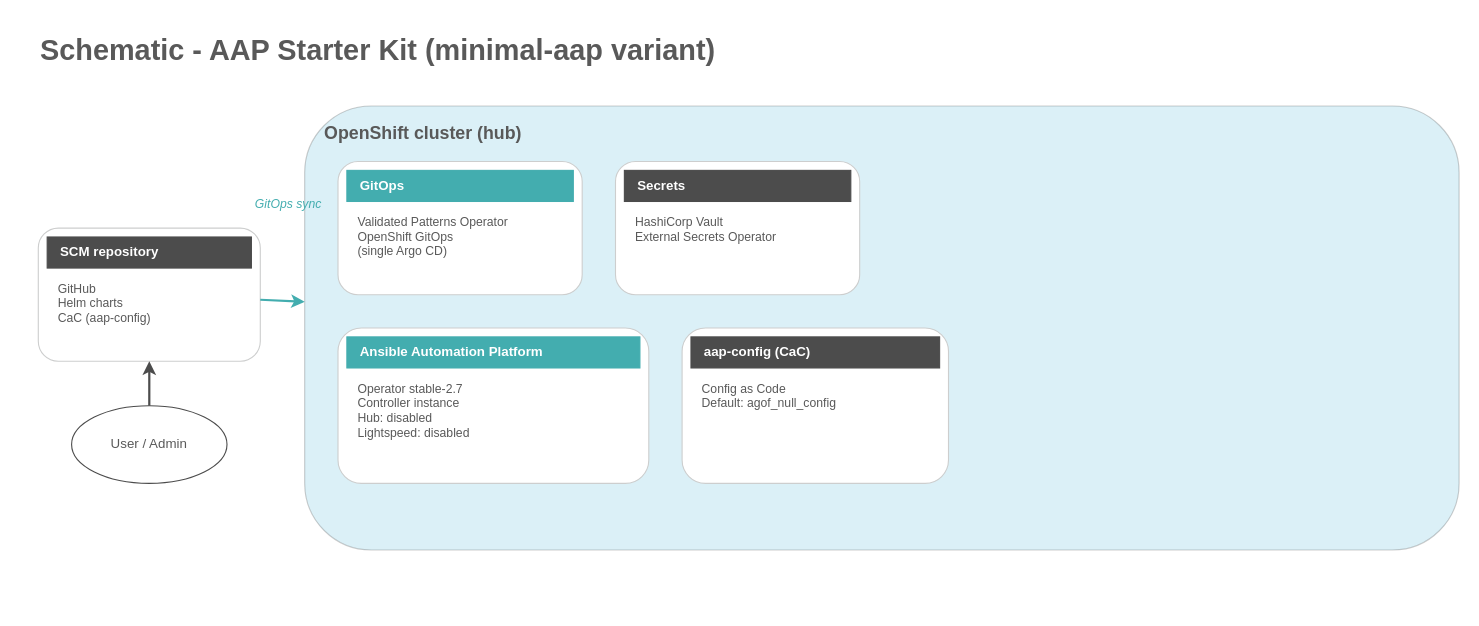
This is static/images/aap-starter-kit/aap-architecture-minimal-aap.drawio from validatedpatterns/docs, a draw.io file, before an edit. Source tidied: cells renumbered, new cells numbered last; positions are measured from the earlier drawing's top-left corner, leaving out a move shared by most shapes. Both pictures are drawn from the tidied source at 111%, with x=0, y=0 at pixel (38, 28).
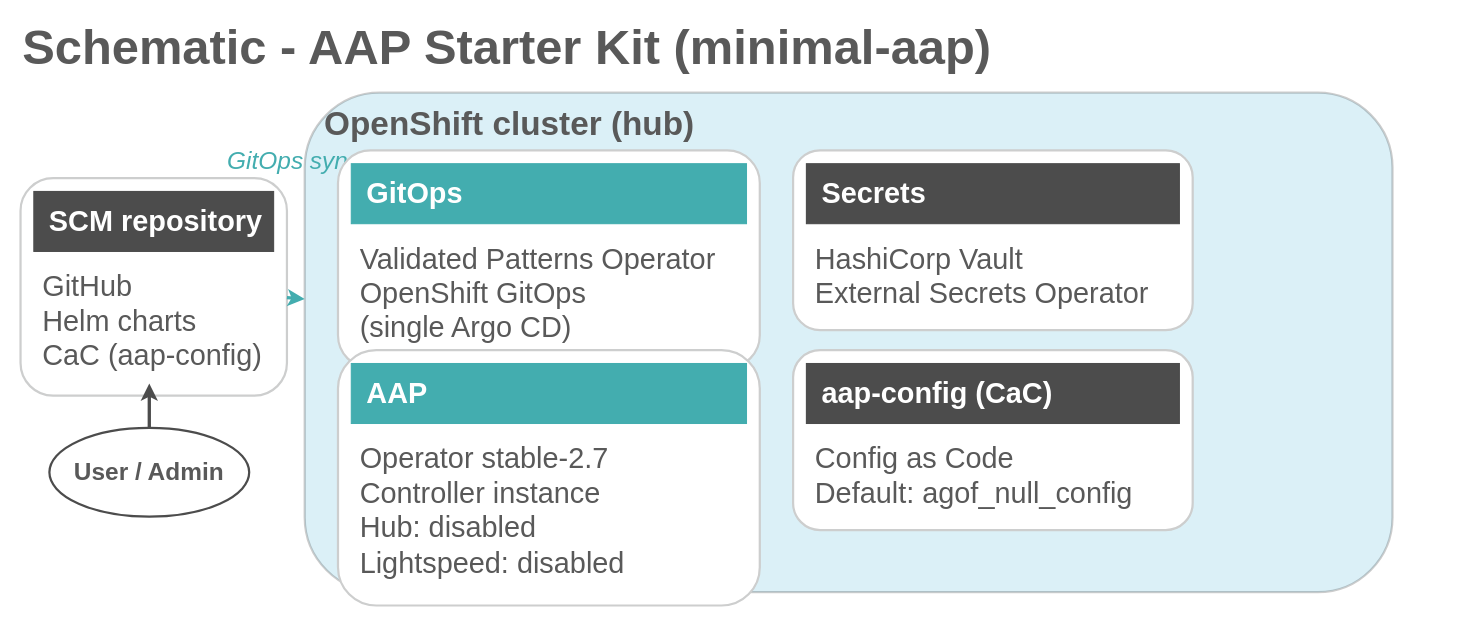
The same diagram, later.

Diff of the diagram source:
```diff
@@
-    <mxCell id="2" value="&lt;b&gt;Schematic - AAP Starter Kit (minimal-aap variant)&lt;/b&gt;" style="text;html=1;strokeColor=none;fillColor=none;align=left;verticalAlign=middle;fontFamily=Red Hat Text;fontSize=26;fontColor=#595959;" parent="1" vertex="1">
-      <mxGeometry width="1200" height="40" as="geometry" />
+    <mxCell id="2" value="&lt;b&gt;Schematic - AAP Starter Kit (minimal-aap)&lt;/b&gt;" style="text;html=1;strokeColor=none;fillColor=none;align=left;verticalAlign=middle;fontFamily=Red Hat Text;fontSize=44;fontColor=#595959;fontStyle=1;" parent="1" vertex="1">
+      <mxGeometry x="-16" y="-4" width="1200" height="44" as="geometry" />
     </mxCell>
-    <mxCell id="3" style="rounded=1;whiteSpace=wrap;html=1;fillColor=#4CB6D6;strokeColor=#000000;strokeWidth=1;opacity=20;" parent="1" vertex="1">
-      <mxGeometry x="240" y="70" width="1040" height="400" as="geometry" />
+    <mxCell id="3" style="rounded=1;whiteSpace=wrap;html=1;fillColor=#4CB6D6;strokeColor=#000000;strokeWidth=2;opacity=20;" parent="1" vertex="1">
+      <mxGeometry x="240" y="58" width="980" height="450" as="geometry" />
     </mxCell>
-    <mxCell id="4" value="&lt;b&gt;OpenShift cluster (hub)&lt;/b&gt;" style="text;html=1;strokeColor=none;fillColor=none;align=left;verticalAlign=middle;fontFamily=Red Hat Text;fontSize=16;fontColor=#595959;" parent="1" vertex="1">
-      <mxGeometry x="256" y="80" width="400" height="28" as="geometry" />
+    <mxCell id="4" value="&lt;b&gt;OpenShift cluster (hub)&lt;/b&gt;" style="text;html=1;strokeColor=none;fillColor=none;align=left;verticalAlign=middle;fontFamily=Red Hat Text;fontSize=30;fontColor=#595959;fontStyle=1;" parent="1" vertex="1">
+      <mxGeometry x="256" y="68" width="480" height="36" as="geometry" />
     </mxCell>
-    <mxCell id="5" style="rounded=1;whiteSpace=wrap;html=1;fillColor=#FFFFFF;strokeColor=#CDCECE;strokeWidth=1;shadow=0;" parent="1" vertex="1">
-      <mxGeometry y="180" width="200" height="120" as="geometry" />
+    <mxCell id="5" style="rounded=1;whiteSpace=wrap;html=1;fillColor=#FFFFFF;strokeColor=#CDCECE;strokeWidth=2;shadow=0;" parent="1" vertex="1">
+      <mxGeometry x="-16" y="135" width="240" height="196" as="geometry" />
     </mxCell>
-    <mxCell id="6" value="&lt;b&gt;SCM repository&lt;/b&gt;" style="rounded=0;whiteSpace=wrap;html=1;fillColor=#4C4C4C;strokeColor=#4C4C4C;fontColor=#FFFFFF;fontFamily=Red Hat Text;fontSize=12;align=left;spacingLeft=10;verticalAlign=middle;" parent="1" vertex="1">
-      <mxGeometry x="8" y="188" width="184" height="28" as="geometry" />
+    <mxCell id="6" value="&lt;b&gt;SCM repository&lt;/b&gt;" style="rounded=0;whiteSpace=wrap;html=1;fillColor=#4C4C4C;strokeColor=#4C4C4C;fontColor=#FFFFFF;fontFamily=Red Hat Text;fontSize=26;align=left;spacingLeft=12;verticalAlign=middle;fontStyle=1;" parent="1" vertex="1">
+      <mxGeometry x="-4" y="147" width="216" height="54" as="geometry" />
     </mxCell>
-    <mxCell id="7" value="GitHub&#10;Helm charts&#10;CaC (aap-config)" style="text;html=1;strokeColor=none;fillColor=none;align=left;verticalAlign=top;whiteSpace=wrap;rounded=0;fontFamily=Red Hat Text;fontSize=11;fontColor=#595959;spacingLeft=4;" parent="1" vertex="1">
-      <mxGeometry x="12" y="222" width="176" height="68" as="geometry" />
+    <mxCell id="7" value="GitHub&#10;Helm charts&#10;CaC (aap-config)" style="text;html=1;strokeColor=none;fillColor=none;align=left;verticalAlign=top;whiteSpace=wrap;rounded=0;fontFamily=Red Hat Text;fontSize=26;fontColor=#595959;spacingLeft=4;spacingTop=2;" parent="1" vertex="1">
+      <mxGeometry x="-2" y="209" width="212" height="114" as="geometry" />
     </mxCell>
-    <mxCell id="8" value="User / Admin" style="shape=ellipse;whiteSpace=wrap;html=1;fillColor=#FFFFFF;strokeColor=#4C4C4C;fontFamily=Red Hat Text;fontSize=12;fontColor=#595959;" parent="1" vertex="1">
-      <mxGeometry x="30" y="340" width="140" height="70" as="geometry" />
+    <mxCell id="8" value="User / Admin" style="shape=ellipse;whiteSpace=wrap;html=1;fillColor=#FFFFFF;strokeColor=#4C4C4C;strokeWidth=2;fontFamily=Red Hat Text;fontSize=22;fontColor=#595959;fontStyle=1;" parent="1" vertex="1">
+      <mxGeometry x="10" y="360" width="180" height="80" as="geometry" />
     </mxCell>
-    <mxCell id="9" style="endArrow=classic;html=1;rounded=0;strokeColor=#4C4C4C;strokeWidth=2;" parent="1" edge="1">
+    <mxCell id="9" style="endArrow=classic;html=1;rounded=0;strokeColor=#4C4C4C;strokeWidth=3;" parent="1" edge="1">
       <mxGeometry relative="1" as="geometry">
-        <mxPoint x="100" y="340" as="sourcePoint" />
-        <mxPoint x="100" y="300" as="targetPoint" />
+        <mxPoint x="100" y="360" as="sourcePoint" />
+        <mxPoint x="100" y="320" as="targetPoint" />
       </mxGeometry>
     </mxCell>
-    <mxCell id="10" style="endArrow=classic;html=1;rounded=0;strokeColor=#43ADAF;strokeWidth=2;" parent="1" edge="1" source="5" target="3">
+    <mxCell id="10" style="endArrow=classic;html=1;rounded=0;strokeColor=#43ADAF;strokeWidth=3;" parent="1" edge="1" source="5" target="3">
       <mxGeometry relative="1" as="geometry" />
     </mxCell>
-    <mxCell id="11" value="GitOps sync" style="text;html=1;strokeColor=none;fillColor=none;align=center;fontFamily=Red Hat Text;fontSize=11;fontColor=#43ADAF;fontStyle=2;" parent="1" vertex="1">
-      <mxGeometry x="180" y="145" width="90" height="20" as="geometry" />
+    <mxCell id="11" value="GitOps sync" style="text;html=1;strokeColor=none;fillColor=none;align=center;fontFamily=Red Hat Text;fontSize=22;fontColor=#43ADAF;fontStyle=2;" parent="1" vertex="1">
+      <mxGeometry x="160" y="100" width="140" height="30" as="geometry" />
     </mxCell>
-    <mxCell id="12" style="rounded=1;whiteSpace=wrap;html=1;fillColor=#FFFFFF;strokeColor=#CDCECE;strokeWidth=1;shadow=0;" parent="1" vertex="1">
-      <mxGeometry x="270" y="120" width="220" height="120" as="geometry" />
+    <mxCell id="12" style="rounded=1;whiteSpace=wrap;html=1;fillColor=#FFFFFF;strokeColor=#CDCECE;strokeWidth=2;shadow=0;" parent="1" vertex="1">
+      <mxGeometry x="270" y="110" width="380" height="196" as="geometry" />
     </mxCell>
-    <mxCell id="13" value="&lt;b&gt;GitOps&lt;/b&gt;" style="rounded=0;whiteSpace=wrap;html=1;fillColor=#43ADAF;strokeColor=#43ADAF;fontColor=#FFFFFF;fontFamily=Red Hat Text;fontSize=12;align=left;spacingLeft=10;verticalAlign=middle;" parent="1" vertex="1">
-      <mxGeometry x="278" y="128" width="204" height="28" as="geometry" />
+    <mxCell id="13" value="&lt;b&gt;GitOps&lt;/b&gt;" style="rounded=0;whiteSpace=wrap;html=1;fillColor=#43ADAF;strokeColor=#43ADAF;fontColor=#FFFFFF;fontFamily=Red Hat Text;fontSize=26;align=left;spacingLeft=12;verticalAlign=middle;fontStyle=1;" parent="1" vertex="1">
+      <mxGeometry x="282" y="122" width="356" height="54" as="geometry" />
     </mxCell>
-    <mxCell id="14" value="Validated Patterns Operator&#10;OpenShift GitOps&#10;(single Argo CD)" style="text;html=1;strokeColor=none;fillColor=none;align=left;verticalAlign=top;whiteSpace=wrap;rounded=0;fontFamily=Red Hat Text;fontSize=11;fontColor=#595959;spacingLeft=4;" parent="1" vertex="1">
-      <mxGeometry x="282" y="162" width="196" height="68" as="geometry" />
+    <mxCell id="14" value="Validated Patterns Operator&#10;OpenShift GitOps&#10;(single Argo CD)" style="text;html=1;strokeColor=none;fillColor=none;align=left;verticalAlign=top;whiteSpace=wrap;rounded=0;fontFamily=Red Hat Text;fontSize=26;fontColor=#595959;spacingLeft=4;spacingTop=2;" parent="1" vertex="1">
+      <mxGeometry x="284" y="184" width="352" height="114" as="geometry" />
     </mxCell>
-    <mxCell id="15" style="rounded=1;whiteSpace=wrap;html=1;fillColor=#FFFFFF;strokeColor=#CDCECE;strokeWidth=1;shadow=0;" parent="1" vertex="1">
-      <mxGeometry x="520" y="120" width="220" height="120" as="geometry" />
+    <mxCell id="15" style="rounded=1;whiteSpace=wrap;html=1;fillColor=#FFFFFF;strokeColor=#CDCECE;strokeWidth=2;shadow=0;" parent="1" vertex="1">
+      <mxGeometry x="680" y="110" width="360" height="162" as="geometry" />
     </mxCell>
-    <mxCell id="16" value="&lt;b&gt;Secrets&lt;/b&gt;" style="rounded=0;whiteSpace=wrap;html=1;fillColor=#4C4C4C;strokeColor=#4C4C4C;fontColor=#FFFFFF;fontFamily=Red Hat Text;fontSize=12;align=left;spacingLeft=10;verticalAlign=middle;" parent="1" vertex="1">
-      <mxGeometry x="528" y="128" width="204" height="28" as="geometry" />
+    <mxCell id="16" value="&lt;b&gt;Secrets&lt;/b&gt;" style="rounded=0;whiteSpace=wrap;html=1;fillColor=#4C4C4C;strokeColor=#4C4C4C;fontColor=#FFFFFF;fontFamily=Red Hat Text;fontSize=26;align=left;spacingLeft=12;verticalAlign=middle;fontStyle=1;" parent="1" vertex="1">
+      <mxGeometry x="692" y="122" width="336" height="54" as="geometry" />
     </mxCell>
-    <mxCell id="17" value="HashiCorp Vault&#10;External Secrets Operator" style="text;html=1;strokeColor=none;fillColor=none;align=left;verticalAlign=top;whiteSpace=wrap;rounded=0;fontFamily=Red Hat Text;fontSize=11;fontColor=#595959;spacingLeft=4;" parent="1" vertex="1">
-      <mxGeometry x="532" y="162" width="196" height="68" as="geometry" />
+    <mxCell id="17" value="HashiCorp Vault&#10;External Secrets Operator" style="text;html=1;strokeColor=none;fillColor=none;align=left;verticalAlign=top;whiteSpace=wrap;rounded=0;fontFamily=Red Hat Text;fontSize=26;fontColor=#595959;spacingLeft=4;spacingTop=2;" parent="1" vertex="1">
+      <mxGeometry x="694" y="184" width="332" height="80" as="geometry" />
     </mxCell>
-    <mxCell id="18" style="rounded=1;whiteSpace=wrap;html=1;fillColor=#FFFFFF;strokeColor=#CDCECE;strokeWidth=1;shadow=0;" parent="1" vertex="1">
-      <mxGeometry x="270" y="270" width="280" height="140" as="geometry" />
+    <mxCell id="18" style="rounded=1;whiteSpace=wrap;html=1;fillColor=#FFFFFF;strokeColor=#CDCECE;strokeWidth=2;shadow=0;" parent="1" vertex="1">
+      <mxGeometry x="270" y="290" width="380" height="230" as="geometry" />
     </mxCell>
-    <mxCell id="19" value="&lt;b&gt;Ansible Automation Platform&lt;/b&gt;" style="rounded=0;whiteSpace=wrap;html=1;fillColor=#43ADAF;strokeColor=#43ADAF;fontColor=#FFFFFF;fontFamily=Red Hat Text;fontSize=12;align=left;spacingLeft=10;verticalAlign=middle;" parent="1" vertex="1">
-      <mxGeometry x="278" y="278" width="264" height="28" as="geometry" />
+    <mxCell id="19" value="&lt;b&gt;AAP&lt;/b&gt;" style="rounded=0;whiteSpace=wrap;html=1;fillColor=#43ADAF;strokeColor=#43ADAF;fontColor=#FFFFFF;fontFamily=Red Hat Text;fontSize=26;align=left;spacingLeft=12;verticalAlign=middle;fontStyle=1;" parent="1" vertex="1">
+      <mxGeometry x="282" y="302" width="356" height="54" as="geometry" />
     </mxCell>
-    <mxCell id="20" value="Operator stable-2.7&#10;Controller instance&#10;Hub: disabled&#10;Lightspeed: disabled" style="text;html=1;strokeColor=none;fillColor=none;align=left;verticalAlign=top;whiteSpace=wrap;rounded=0;fontFamily=Red Hat Text;fontSize=11;fontColor=#595959;spacingLeft=4;" parent="1" vertex="1">
-      <mxGeometry x="282" y="312" width="256" height="88" as="geometry" />
+    <mxCell id="20" value="Operator stable-2.7&#10;Controller instance&#10;Hub: disabled&#10;Lightspeed: disabled" style="text;html=1;strokeColor=none;fillColor=none;align=left;verticalAlign=top;whiteSpace=wrap;rounded=0;fontFamily=Red Hat Text;fontSize=26;fontColor=#595959;spacingLeft=4;spacingTop=2;" parent="1" vertex="1">
+      <mxGeometry x="284" y="364" width="352" height="148" as="geometry" />
     </mxCell>
-    <mxCell id="21" style="rounded=1;whiteSpace=wrap;html=1;fillColor=#FFFFFF;strokeColor=#CDCECE;strokeWidth=1;shadow=0;" parent="1" vertex="1">
-      <mxGeometry x="580" y="270" width="240" height="140" as="geometry" />
+    <mxCell id="21" style="rounded=1;whiteSpace=wrap;html=1;fillColor=#FFFFFF;strokeColor=#CDCECE;strokeWidth=2;shadow=0;" parent="1" vertex="1">
+      <mxGeometry x="680" y="290" width="360" height="162" as="geometry" />
     </mxCell>
-    <mxCell id="22" value="&lt;b&gt;aap-config (CaC)&lt;/b&gt;" style="rounded=0;whiteSpace=wrap;html=1;fillColor=#4C4C4C;strokeColor=#4C4C4C;fontColor=#FFFFFF;fontFamily=Red Hat Text;fontSize=12;align=left;spacingLeft=10;verticalAlign=middle;" parent="1" vertex="1">
-      <mxGeometry x="588" y="278" width="224" height="28" as="geometry" />
+    <mxCell id="22" value="&lt;b&gt;aap-config (CaC)&lt;/b&gt;" style="rounded=0;whiteSpace=wrap;html=1;fillColor=#4C4C4C;strokeColor=#4C4C4C;fontColor=#FFFFFF;fontFamily=Red Hat Text;fontSize=26;align=left;spacingLeft=12;verticalAlign=middle;fontStyle=1;" parent="1" vertex="1">
+      <mxGeometry x="692" y="302" width="336" height="54" as="geometry" />
     </mxCell>
-    <mxCell id="23" value="Config as Code&#10;Default: agof_null_config" style="text;html=1;strokeColor=none;fillColor=none;align=left;verticalAlign=top;whiteSpace=wrap;rounded=0;fontFamily=Red Hat Text;fontSize=11;fontColor=#595959;spacingLeft=4;" parent="1" vertex="1">
-      <mxGeometry x="592" y="312" width="216" height="88" as="geometry" />
+    <mxCell id="23" value="Config as Code&#10;Default: agof_null_config" style="text;html=1;strokeColor=none;fillColor=none;align=left;verticalAlign=top;whiteSpace=wrap;rounded=0;fontFamily=Red Hat Text;fontSize=26;fontColor=#595959;spacingLeft=4;spacingTop=2;" parent="1" vertex="1">
+      <mxGeometry x="694" y="364" width="332" height="80" as="geometry" />
     </mxCell>
```
